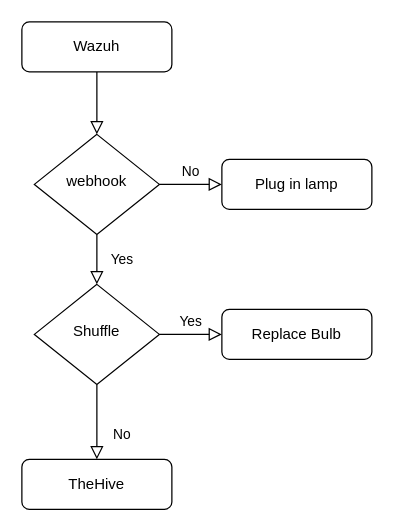
Earlier version of the draw.io diagram SOC_project.drawio (cats-toy/soclab). Source tidied: cells renumbered, new cells numbered last; positions are measured from the earlier drawing's top-left corner, leaving out a move shared by most shapes. Both pictures are drawn from the tidied source at 125%, with x=0, y=0 at pixel (21, 21).
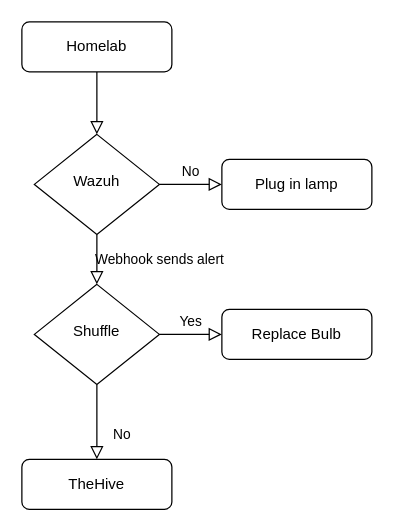
The same page after the edit.

What changed in the source:
```diff
@@
 <mxGraphModel>
   <root>
     <mxCell id="0" />
     <mxCell id="1" parent="0" />
     <mxCell id="2" style="rounded=0;html=1;jettySize=auto;fontSize=11;endArrow=block;endFill=0;endSize=8;strokeWidth=1;shadow=0;labelBackgroundColor=none;edgeStyle=orthogonalEdgeStyle;" parent="1" edge="1" source="3" target="6">
       <mxGeometry relative="1" as="geometry" />
     </mxCell>
-    <mxCell id="3" value="Wazuh" style="rounded=1;whiteSpace=wrap;html=1;fontSize=12;glass=0;strokeWidth=1;shadow=0;" parent="1" vertex="1">
+    <mxCell id="3" value="Homelab" style="rounded=1;whiteSpace=wrap;html=1;fontSize=12;glass=0;strokeWidth=1;shadow=0;" parent="1" vertex="1">
       <mxGeometry width="120" height="40" as="geometry" />
     </mxCell>
-    <mxCell id="4" value="Yes" style="rounded=0;html=1;jettySize=auto;fontSize=11;endArrow=block;endFill=0;endSize=8;strokeWidth=1;shadow=0;labelBackgroundColor=none;edgeStyle=orthogonalEdgeStyle;" parent="1" edge="1" source="6" target="10">
-      <mxGeometry y="20" relative="1" as="geometry" />
+    <mxCell id="4" value="Webhook sends alert" style="rounded=0;html=1;jettySize=auto;fontSize=11;endArrow=block;endFill=0;endSize=8;strokeWidth=1;shadow=0;labelBackgroundColor=none;edgeStyle=orthogonalEdgeStyle;" parent="1" edge="1" source="6" target="10">
+      <mxGeometry y="50" relative="1" as="geometry" />
     </mxCell>
     <mxCell id="5" value="No" style="edgeStyle=orthogonalEdgeStyle;rounded=0;html=1;jettySize=auto;fontSize=11;endArrow=block;endFill=0;endSize=8;strokeWidth=1;shadow=0;labelBackgroundColor=none;" parent="1" edge="1" source="6" target="7">
       <mxGeometry y="10" relative="1" as="geometry" />
     </mxCell>
-    <mxCell id="6" value="webhook" style="rhombus;whiteSpace=wrap;html=1;shadow=0;fontFamily=Helvetica;fontSize=12;align=center;strokeWidth=1;spacing=6;spacingTop=-4;" parent="1" vertex="1">
+    <mxCell id="6" value="Wazuh" style="rhombus;whiteSpace=wrap;html=1;shadow=0;fontFamily=Helvetica;fontSize=12;align=center;strokeWidth=1;spacing=6;spacingTop=-4;" parent="1" vertex="1">
       <mxGeometry x="10" y="90" width="100" height="80" as="geometry" />
     </mxCell>
     <mxCell id="7" value="Plug in lamp" style="rounded=1;whiteSpace=wrap;html=1;fontSize=12;glass=0;strokeWidth=1;shadow=0;" parent="1" vertex="1">
       <mxGeometry x="160" y="110" width="120" height="40" as="geometry" />
     </mxCell>
     <mxCell id="8" value="No" style="rounded=0;html=1;jettySize=auto;fontSize=11;endArrow=block;endFill=0;endSize=8;strokeWidth=1;shadow=0;labelBackgroundColor=none;edgeStyle=orthogonalEdgeStyle;" parent="1" edge="1" source="10" target="11">
       <mxGeometry x="0.33" y="20" relative="1" as="geometry" />
     </mxCell>
     <mxCell id="9" value="Yes" style="edgeStyle=orthogonalEdgeStyle;rounded=0;html=1;jettySize=auto;fontSize=11;endArrow=block;endFill=0;endSize=8;strokeWidth=1;shadow=0;labelBackgroundColor=none;" parent="1" edge="1" source="10" target="12">
       <mxGeometry y="10" relative="1" as="geometry" />
     </mxCell>
     <mxCell id="10" value="Shuffle" style="rhombus;whiteSpace=wrap;html=1;shadow=0;fontFamily=Helvetica;fontSize=12;align=center;strokeWidth=1;spacing=6;spacingTop=-4;" parent="1" vertex="1">
       <mxGeometry x="10" y="210" width="100" height="80" as="geometry" />
     </mxCell>
     <mxCell id="11" value="TheHive" style="rounded=1;whiteSpace=wrap;html=1;fontSize=12;glass=0;strokeWidth=1;shadow=0;" parent="1" vertex="1">
       <mxGeometry y="350" width="120" height="40" as="geometry" />
     </mxCell>
     <mxCell id="12" value="Replace Bulb" style="rounded=1;whiteSpace=wrap;html=1;fontSize=12;glass=0;strokeWidth=1;shadow=0;" parent="1" vertex="1">
       <mxGeometry x="160" y="230" width="120" height="40" as="geometry" />
     </mxCell>
   </root>
 </mxGraphModel>
```
